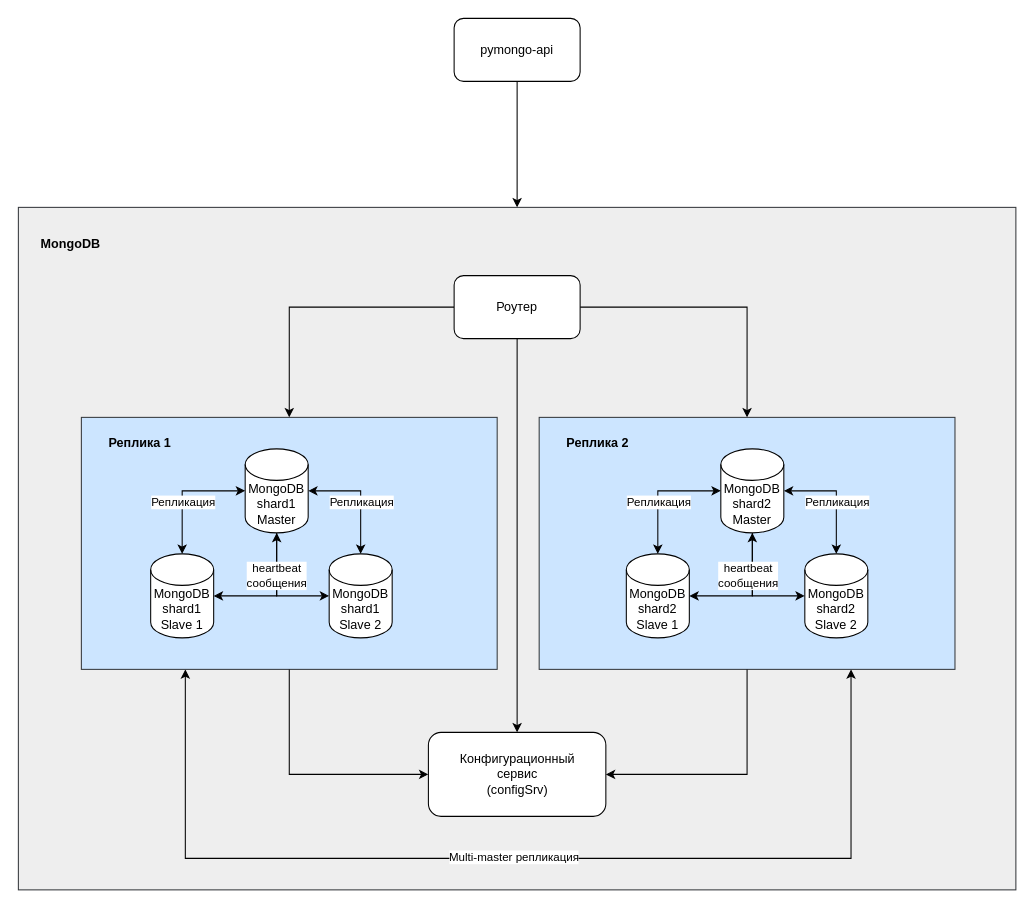
AKolmakovV/architecture-sprint-2 keeps this draw.io diagram as page "MongoDBReplica" (4 of 5) of task1.drawio. Above is the earlier version. Source tidied: cells renumbered, new cells numbered last; positions are measured from the earlier drawing's top-left corner, leaving out a move shared by most shapes. Both pictures are drawn from the tidied source at 105%, with x=0, y=0 at pixel (18, 18).
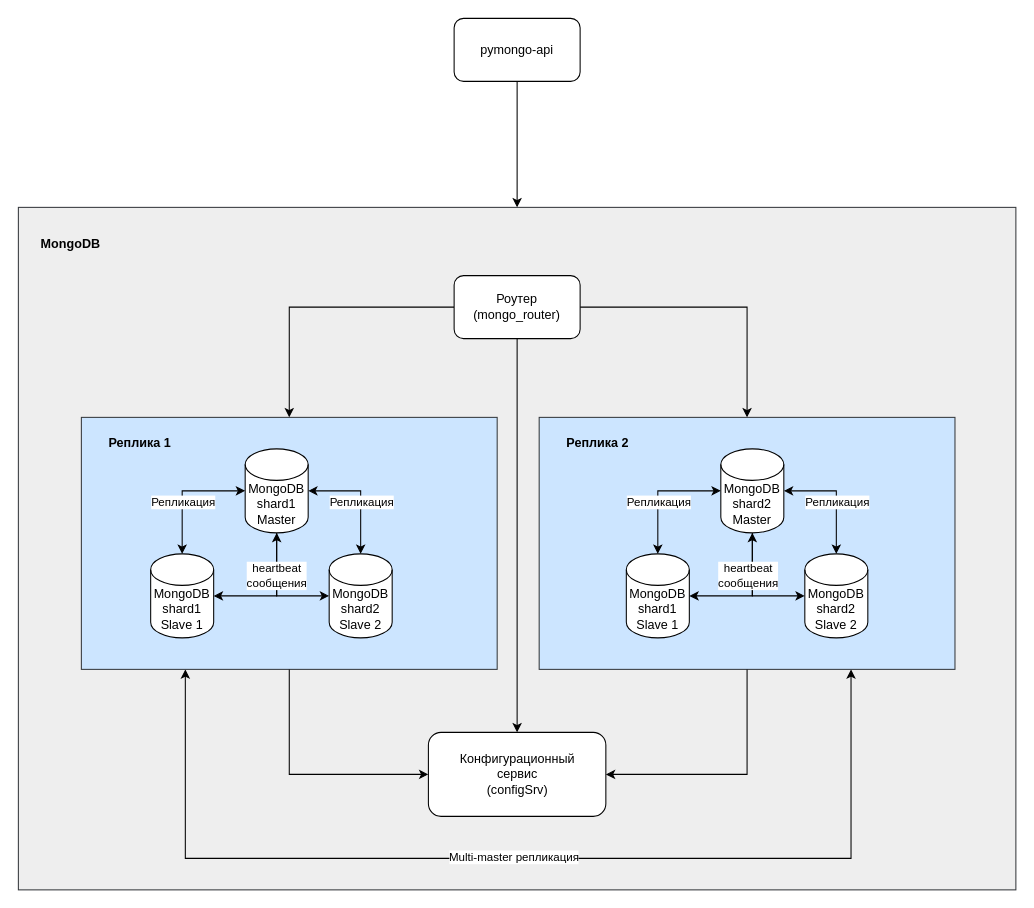
The same page after the edit.

The change refers to these unchanged cells:
```xml
<mxCell id="11" style="group;" parent="1" vertex="1">
  <mxGeometry x="60" y="380" width="832" height="240" as="geometry" />
</mxCell>
```

Change to the diagram source:
```diff
@@
-    <mxCell id="9" value="Роутер" style="rounded=1;whiteSpace=wrap;html=1;" parent="1" vertex="1">
+    <mxCell id="9" value="Роутер&lt;div&gt;(mongo_router)&lt;/div&gt;" style="rounded=1;whiteSpace=wrap;html=1;" parent="1" vertex="1">
       <mxGeometry x="415" y="245" width="120" height="60" as="geometry" />
     </mxCell>
@@
-    <mxCell id="23" value="MongoDB&lt;br&gt;shard1&lt;div&gt;Slave 2&lt;/div&gt;" style="shape=cylinder3;whiteSpace=wrap;html=1;boundedLbl=1;backgroundOutline=1;size=15;" parent="11" vertex="1">
+    <mxCell id="23" value="MongoDB&lt;br&gt;shard2&lt;div&gt;Slave 2&lt;/div&gt;" style="shape=cylinder3;whiteSpace=wrap;html=1;boundedLbl=1;backgroundOutline=1;size=15;" parent="11" vertex="1">
       <mxGeometry x="236" y="130" width="60" height="80" as="geometry" />
     </mxCell>
@@
-    <mxCell id="27" value="MongoDB&lt;br&gt;shard2&lt;div&gt;Slave 1&lt;/div&gt;" style="shape=cylinder3;whiteSpace=wrap;html=1;boundedLbl=1;backgroundOutline=1;size=15;" parent="11" vertex="1">
+    <mxCell id="27" value="MongoDB&lt;br&gt;shard1&lt;div&gt;Slave 1&lt;/div&gt;" style="shape=cylinder3;whiteSpace=wrap;html=1;boundedLbl=1;backgroundOutline=1;size=15;" parent="11" vertex="1">
       <mxGeometry x="519" y="130" width="60" height="80" as="geometry" />
     </mxCell>
```
